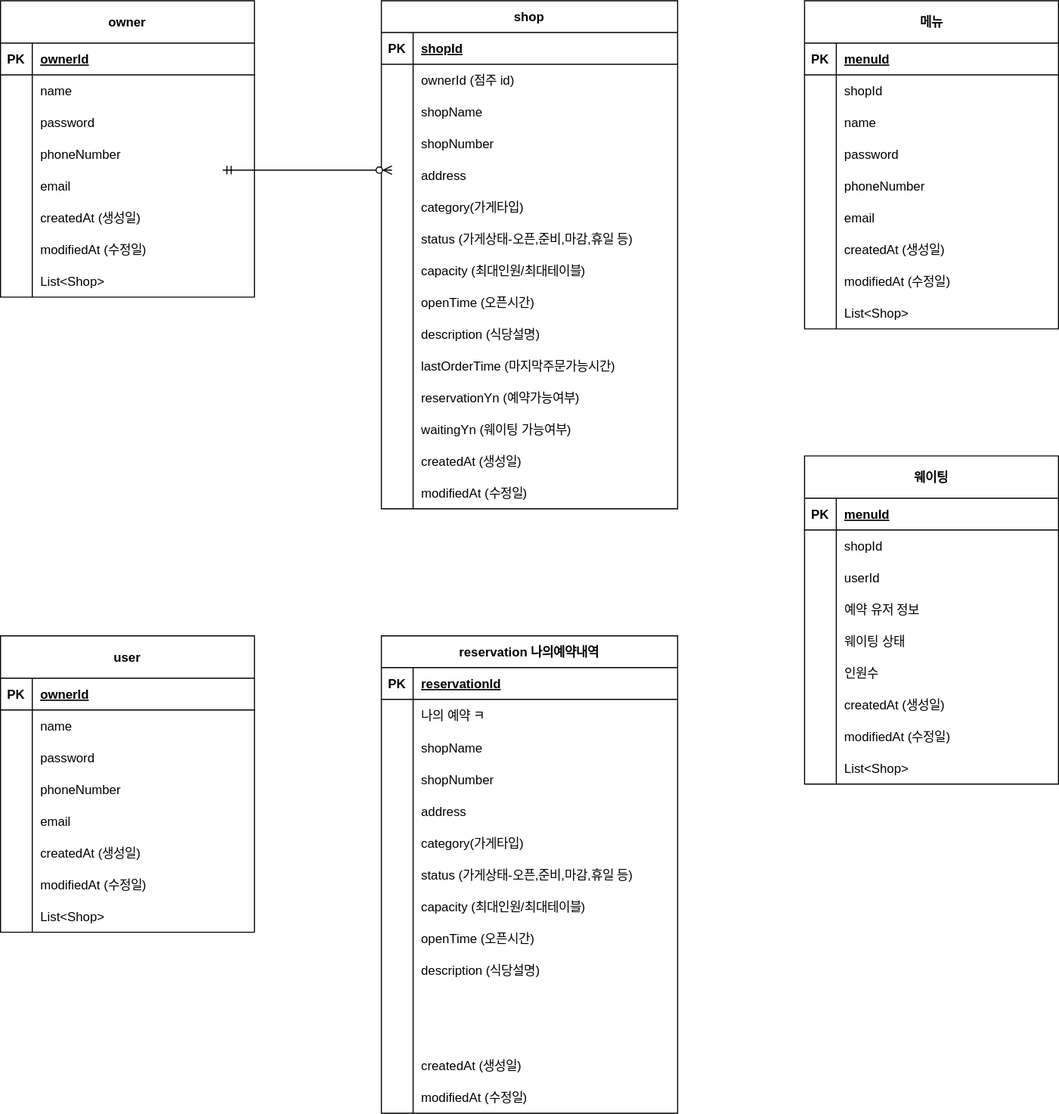
The draw.io diagram document/reservetable-erd.svg in hyerinnn/reservetable, before a commit. Source tidied: cells renumbered, new cells last; positions are measured from the earlier drawing's top-left corner, leaving out a move shared by most shapes.
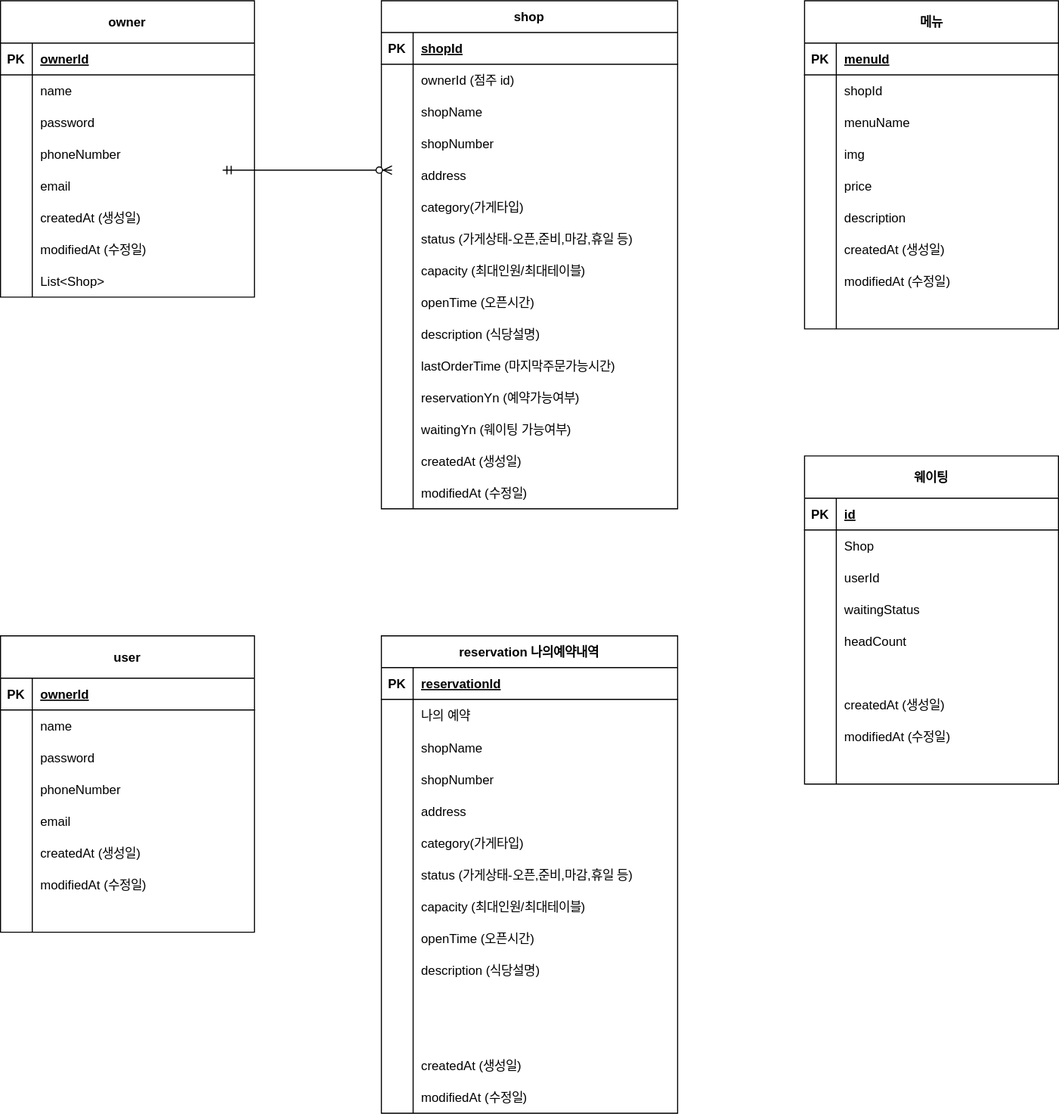
The same file after the commit.

Diff of the diagram source:
```diff
@@ -251,7 +251,7 @@
     <mxCell id="82" style="shape=partialRectangle;overflow=hidden;fillColor=none;top=0;left=0;bottom=0;right=0;" parent="81" vertex="1">
       <mxGeometry width="30" height="30" as="geometry" />
     </mxCell>
-    <mxCell id="83" value="name" style="shape=partialRectangle;overflow=hidden;fillColor=none;top=0;left=0;bottom=0;right=0;align=left;spacingLeft=6;" parent="81" vertex="1">
+    <mxCell id="83" value="menuName" style="shape=partialRectangle;overflow=hidden;fillColor=none;top=0;left=0;bottom=0;right=0;align=left;spacingLeft=6;" parent="81" vertex="1">
       <mxGeometry x="30" width="210" height="30" as="geometry" />
     </mxCell>
     <mxCell id="84" style="shape=partialRectangle;fillColor=none;top=0;left=0;right=0;bottom=0;" parent="74" vertex="1">
@@ -260,7 +260,7 @@
     <mxCell id="85" style="shape=partialRectangle;overflow=hidden;fillColor=none;top=0;left=0;bottom=0;right=0;" parent="84" vertex="1">
       <mxGeometry width="30" height="30" as="geometry" />
     </mxCell>
-    <mxCell id="86" value="password" style="shape=partialRectangle;overflow=hidden;fillColor=none;top=0;left=0;bottom=0;right=0;align=left;spacingLeft=6;" parent="84" vertex="1">
+    <mxCell id="86" value="img" style="shape=partialRectangle;overflow=hidden;fillColor=none;top=0;left=0;bottom=0;right=0;align=left;spacingLeft=6;" parent="84" vertex="1">
       <mxGeometry x="30" width="210" height="30" as="geometry" />
     </mxCell>
     <mxCell id="87" style="shape=partialRectangle;fillColor=none;top=0;left=0;right=0;bottom=0;" parent="74" vertex="1">
@@ -269,7 +269,7 @@
     <mxCell id="88" style="shape=partialRectangle;overflow=hidden;fillColor=none;top=0;left=0;bottom=0;right=0;" parent="87" vertex="1">
       <mxGeometry width="30" height="30" as="geometry" />
     </mxCell>
-    <mxCell id="89" value="phoneNumber" style="shape=partialRectangle;overflow=hidden;fillColor=none;top=0;left=0;bottom=0;right=0;align=left;spacingLeft=6;" parent="87" vertex="1">
+    <mxCell id="89" value="price" style="shape=partialRectangle;overflow=hidden;fillColor=none;top=0;left=0;bottom=0;right=0;align=left;spacingLeft=6;" parent="87" vertex="1">
       <mxGeometry x="30" width="210" height="30" as="geometry" />
     </mxCell>
     <mxCell id="90" style="shape=partialRectangle;fillColor=none;top=0;left=0;right=0;bottom=0;" parent="74" vertex="1">
@@ -278,7 +278,7 @@
     <mxCell id="91" style="shape=partialRectangle;overflow=hidden;fillColor=none;top=0;left=0;bottom=0;right=0;" parent="90" vertex="1">
       <mxGeometry width="30" height="30" as="geometry" />
     </mxCell>
-    <mxCell id="92" value="email" style="shape=partialRectangle;overflow=hidden;fillColor=none;top=0;left=0;bottom=0;right=0;align=left;spacingLeft=6;" parent="90" vertex="1">
+    <mxCell id="92" value="description" style="shape=partialRectangle;overflow=hidden;fillColor=none;top=0;left=0;bottom=0;right=0;align=left;spacingLeft=6;" parent="90" vertex="1">
       <mxGeometry x="30" width="210" height="30" as="geometry" />
     </mxCell>
     <mxCell id="93" style="shape=partialRectangle;fillColor=none;top=0;left=0;right=0;bottom=0;" parent="74" vertex="1">
@@ -305,7 +305,7 @@
     <mxCell id="100" style="shape=partialRectangle;overflow=hidden;fillColor=none;top=0;left=0;bottom=0;right=0;" parent="99" vertex="1">
       <mxGeometry width="30" height="30" as="geometry" />
     </mxCell>
-    <mxCell id="101" value="List&lt;Shop&gt;" style="shape=partialRectangle;overflow=hidden;fillColor=none;top=0;left=0;bottom=0;right=0;align=left;spacingLeft=6;" parent="99" vertex="1">
+    <mxCell id="101" style="shape=partialRectangle;overflow=hidden;fillColor=none;top=0;left=0;bottom=0;right=0;align=left;spacingLeft=6;" parent="99" vertex="1">
       <mxGeometry x="30" width="210" height="30" as="geometry" />
     </mxCell>
     <mxCell id="102" value="reservation 나의예약내역" style="shape=table;startSize=30;rowLines=0;fontStyle=1;align=center;" parent="1" vertex="1">
@@ -326,7 +326,7 @@
     <mxCell id="107" style="shape=partialRectangle;overflow=hidden;fillColor=none;top=0;left=0;bottom=0;right=0;" parent="106" vertex="1">
       <mxGeometry width="30" height="30" as="geometry" />
     </mxCell>
-    <mxCell id="108" value="나의 예약 ㅋ" style="shape=partialRectangle;overflow=hidden;fillColor=none;top=0;left=0;bottom=0;right=0;align=left;spacingLeft=6;" parent="106" vertex="1">
+    <mxCell id="108" value="나의 예약 " style="shape=partialRectangle;overflow=hidden;fillColor=none;top=0;left=0;bottom=0;right=0;align=left;spacingLeft=6;" parent="106" vertex="1">
       <mxGeometry x="30" width="250" height="30" as="geometry" />
     </mxCell>
     <mxCell id="109" style="shape=partialRectangle;fillColor=none;top=0;left=0;right=0;bottom=0;" parent="102" vertex="1">
@@ -509,7 +509,7 @@
     <mxCell id="168" style="shape=partialRectangle;overflow=hidden;fillColor=none;top=0;left=0;bottom=0;right=0;" parent="167" vertex="1">
       <mxGeometry width="30" height="30" as="geometry" />
     </mxCell>
-    <mxCell id="169" value="List&lt;Shop&gt;" style="shape=partialRectangle;overflow=hidden;fillColor=none;top=0;left=0;bottom=0;right=0;align=left;spacingLeft=6;" parent="167" vertex="1">
+    <mxCell id="169" style="shape=partialRectangle;overflow=hidden;fillColor=none;top=0;left=0;bottom=0;right=0;align=left;spacingLeft=6;" parent="167" vertex="1">
       <mxGeometry x="30" width="210" height="30" as="geometry" />
     </mxCell>
     <mxCell id="170" value="웨이팅" style="shape=table;startSize=40;rowLines=0;fontStyle=1;align=center;" parent="1" vertex="1">
@@ -521,7 +521,7 @@
     <mxCell id="172" value="PK" style="shape=partialRectangle;overflow=hidden;fillColor=none;top=0;left=0;bottom=0;right=0;fontStyle=1;" parent="171" vertex="1">
       <mxGeometry width="30" height="30" as="geometry" />
     </mxCell>
-    <mxCell id="173" value="menuId" style="shape=partialRectangle;overflow=hidden;fillColor=none;top=0;left=0;bottom=0;right=0;align=left;spacingLeft=6;fontStyle=5;" parent="171" vertex="1">
+    <mxCell id="173" value="id" style="shape=partialRectangle;overflow=hidden;fillColor=none;top=0;left=0;bottom=0;right=0;align=left;spacingLeft=6;fontStyle=5;" parent="171" vertex="1">
       <mxGeometry x="30" width="210" height="30" as="geometry" />
     </mxCell>
     <mxCell id="174" style="shape=partialRectangle;fillColor=none;top=0;left=0;right=0;bottom=0;" parent="170" vertex="1">
@@ -530,7 +530,7 @@
     <mxCell id="175" style="shape=partialRectangle;overflow=hidden;fillColor=none;top=0;left=0;bottom=0;right=0;" parent="174" vertex="1">
       <mxGeometry width="30" height="30" as="geometry" />
     </mxCell>
-    <mxCell id="176" value="shopId" style="shape=partialRectangle;overflow=hidden;fillColor=none;top=0;left=0;bottom=0;right=0;align=left;spacingLeft=6;" parent="174" vertex="1">
+    <mxCell id="176" value="Shop" style="shape=partialRectangle;overflow=hidden;fillColor=none;top=0;left=0;bottom=0;right=0;align=left;spacingLeft=6;" parent="174" vertex="1">
       <mxGeometry x="30" width="210" height="30" as="geometry" />
     </mxCell>
     <mxCell id="177" style="shape=partialRectangle;fillColor=none;top=0;left=0;right=0;bottom=0;" parent="170" vertex="1">
@@ -548,7 +548,7 @@
     <mxCell id="181" style="shape=partialRectangle;overflow=hidden;fillColor=none;top=0;left=0;bottom=0;right=0;" parent="180" vertex="1">
       <mxGeometry width="30" height="30" as="geometry" />
     </mxCell>
-    <mxCell id="182" value="예약 유저 정보" style="shape=partialRectangle;overflow=hidden;fillColor=none;top=0;left=0;bottom=0;right=0;align=left;spacingLeft=6;" parent="180" vertex="1">
+    <mxCell id="182" value="waitingStatus" style="shape=partialRectangle;overflow=hidden;fillColor=none;top=0;left=0;bottom=0;right=0;align=left;spacingLeft=6;" parent="180" vertex="1">
       <mxGeometry x="30" width="210" height="30" as="geometry" />
     </mxCell>
     <mxCell id="183" style="shape=partialRectangle;fillColor=none;top=0;left=0;right=0;bottom=0;" parent="170" vertex="1">
@@ -557,7 +557,7 @@
     <mxCell id="184" style="shape=partialRectangle;overflow=hidden;fillColor=none;top=0;left=0;bottom=0;right=0;" parent="183" vertex="1">
       <mxGeometry width="30" height="30" as="geometry" />
     </mxCell>
-    <mxCell id="185" value="웨이팅 상태" style="shape=partialRectangle;overflow=hidden;fillColor=none;top=0;left=0;bottom=0;right=0;align=left;spacingLeft=6;" parent="183" vertex="1">
+    <mxCell id="185" value="headCount" style="shape=partialRectangle;overflow=hidden;fillColor=none;top=0;left=0;bottom=0;right=0;align=left;spacingLeft=6;" parent="183" vertex="1">
       <mxGeometry x="30" width="210" height="30" as="geometry" />
     </mxCell>
     <mxCell id="186" style="shape=partialRectangle;fillColor=none;top=0;left=0;right=0;bottom=0;" parent="170" vertex="1">
@@ -566,7 +566,7 @@
     <mxCell id="187" style="shape=partialRectangle;overflow=hidden;fillColor=none;top=0;left=0;bottom=0;right=0;" parent="186" vertex="1">
       <mxGeometry width="30" height="30" as="geometry" />
     </mxCell>
-    <mxCell id="188" value="인원수" style="shape=partialRectangle;overflow=hidden;fillColor=none;top=0;left=0;bottom=0;right=0;align=left;spacingLeft=6;" parent="186" vertex="1">
+    <mxCell id="188" style="shape=partialRectangle;overflow=hidden;fillColor=none;top=0;left=0;bottom=0;right=0;align=left;spacingLeft=6;" parent="186" vertex="1">
       <mxGeometry x="30" width="210" height="30" as="geometry" />
     </mxCell>
     <mxCell id="189" style="shape=partialRectangle;fillColor=none;top=0;left=0;right=0;bottom=0;" parent="170" vertex="1">
@@ -593,7 +593,7 @@
     <mxCell id="196" style="shape=partialRectangle;overflow=hidden;fillColor=none;top=0;left=0;bottom=0;right=0;" parent="195" vertex="1">
       <mxGeometry width="30" height="30" as="geometry" />
     </mxCell>
-    <mxCell id="197" value="List&lt;Shop&gt;" style="shape=partialRectangle;overflow=hidden;fillColor=none;top=0;left=0;bottom=0;right=0;align=left;spacingLeft=6;" parent="195" vertex="1">
+    <mxCell id="197" style="shape=partialRectangle;overflow=hidden;fillColor=none;top=0;left=0;bottom=0;right=0;align=left;spacingLeft=6;" parent="195" vertex="1">
       <mxGeometry x="30" width="210" height="30" as="geometry" />
     </mxCell>
   </root>
```
